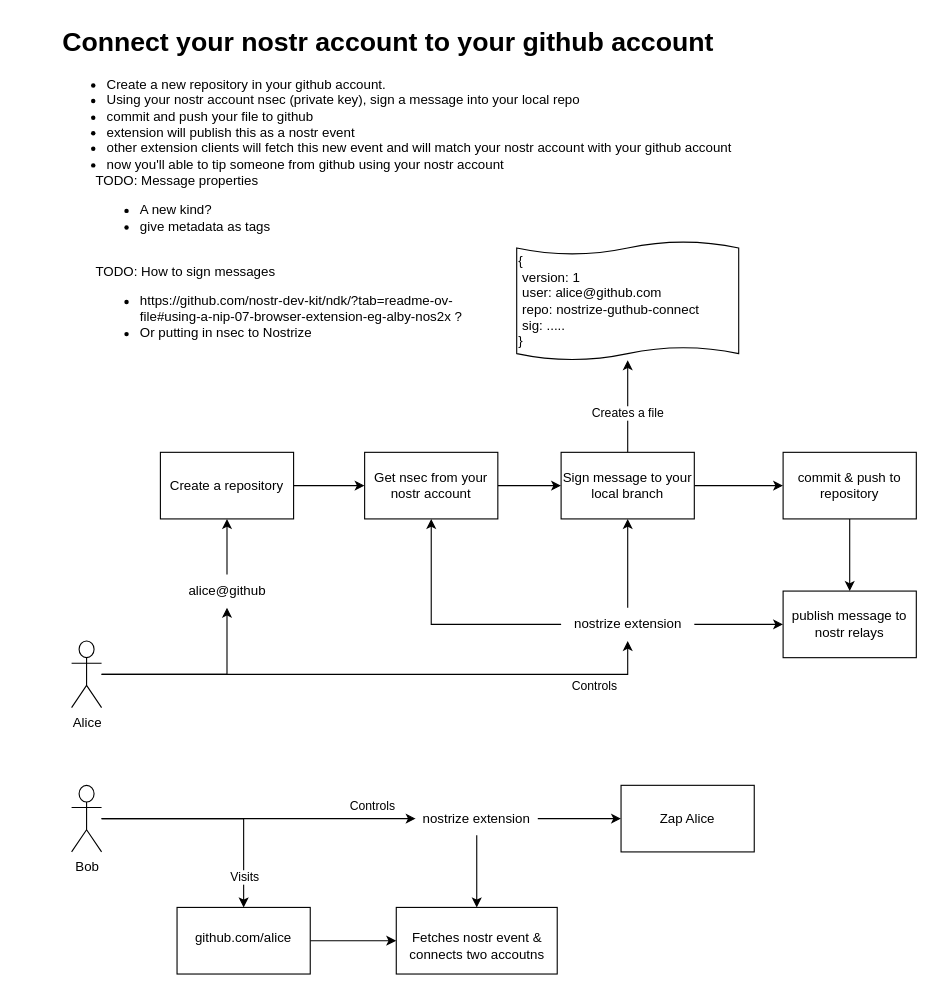
Above: page "Nostr Github Connection" (2 of 2) of Nostrize Architecture.drawio in nostrize/extension (draw.io), before the change. Source tidied: cells renumbered, new cells numbered last; positions are measured from the earlier drawing's top-left corner, leaving out a move shared by most shapes. Both pictures are drawn from the tidied source at 111%, with x=0, y=0 at pixel (60, 19).
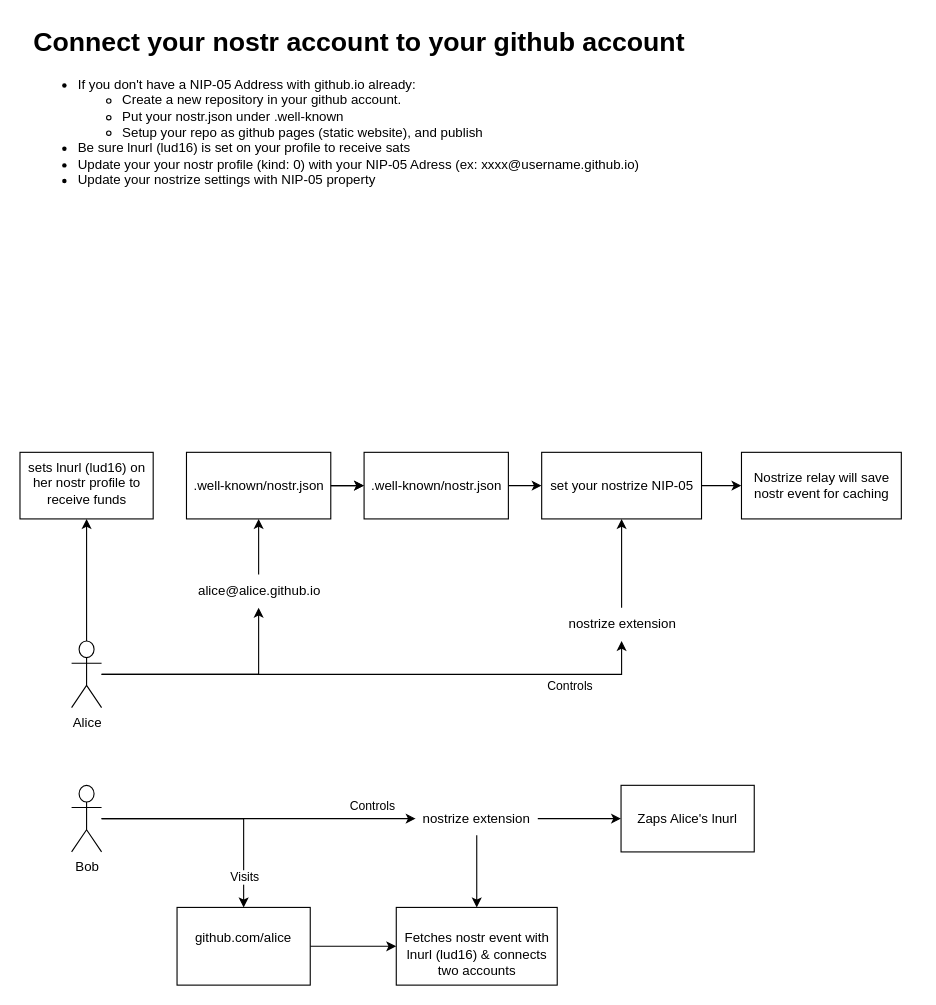
The same diagram, later.

Unchanged cells that the change refers to:
```xml
<mxCell id="16" style="edgeStyle=orthogonalEdgeStyle;rounded=0;jettySize=auto;html=1;" parent="1" edge="1" source="19" target="4">
  <mxGeometry relative="1" as="geometry" />
</mxCell>
<mxCell id="19" value="Alice" style="shape=umlActor;verticalLabelPosition=bottom;verticalAlign=top;html=1;outlineConnect=0;" parent="1" vertex="1">
  <mxGeometry x="10" y="560" width="27" height="60" as="geometry" />
</mxCell>
```

The edit, as a diff of the source:
```diff
@@
-    <mxCell id="2" value="&lt;h1 style=&quot;margin-top: 0px;&quot;&gt;Connect your nostr account to your github account&lt;/h1&gt;&lt;p&gt;&lt;/p&gt;&lt;ul&gt;&lt;li&gt;Create a new repository in your github account.&lt;/li&gt;&lt;li&gt;Using your nostr account nsec (private key), sign a message into your local repo&lt;/li&gt;&lt;li&gt;commit and push your file to github&lt;/li&gt;&lt;li&gt;extension will publish this as a nostr event&lt;/li&gt;&lt;li&gt;other extension clients will fetch this new event and will match your nostr account with your github account&lt;/li&gt;&lt;li&gt;now you'll able to tip someone from github using your nostr account&lt;/li&gt;&lt;/ul&gt;&lt;p&gt;&lt;/p&gt;" style="text;html=1;whiteSpace=wrap;overflow=hidden;rounded=0;" parent="1" vertex="1">
-      <mxGeometry width="710" height="150" as="geometry" />
+    <mxCell id="2" value="&lt;h1 style=&quot;margin-top: 0px;&quot;&gt;Connect your nostr account to your github account&lt;/h1&gt;&lt;p&gt;&lt;/p&gt;&lt;ul&gt;&lt;li&gt;If you don't have a NIP-05 Address with github.io already:&lt;/li&gt;&lt;ul&gt;&lt;li&gt;Create a new repository in your github account.&lt;/li&gt;&lt;li&gt;Put your nostr.json under .well-known&lt;/li&gt;&lt;li&gt;Setup your repo as github pages (static website), and publish&lt;/li&gt;&lt;/ul&gt;&lt;li&gt;&lt;span style=&quot;background-color: initial;&quot;&gt;Be sure lnurl (lud16) is set on your profile to receive sats&amp;nbsp;&lt;/span&gt;&lt;br&gt;&lt;/li&gt;&lt;li&gt;&lt;span style=&quot;background-color: initial;&quot;&gt;Update your your nostr profile (kind: 0) with your NIP-05 Adress (ex: xxxx@username.github.io)&lt;/span&gt;&lt;br&gt;&lt;/li&gt;&lt;li&gt;Update your nostrize settings with NIP-05 property&lt;/li&gt;&lt;/ul&gt;&lt;p&gt;&lt;/p&gt;" style="text;html=1;whiteSpace=wrap;overflow=hidden;rounded=0;" parent="1" vertex="1">
+      <mxGeometry x="-26.5" width="710" height="160" as="geometry" />
     </mxCell>
@@
-    <mxCell id="4" value="alice@github" style="text;html=1;align=center;verticalAlign=middle;points=[];strokeColor=none;fillColor=none;" parent="1" vertex="1">
-      <mxGeometry x="105" y="500" width="90" height="30" as="geometry" />
+    <mxCell id="4" value="alice@alice.github.io" style="text;html=1;align=center;verticalAlign=middle;points=[];strokeColor=none;fillColor=none;" parent="1" vertex="1">
+      <mxGeometry x="113.5" y="500" width="130" height="30" as="geometry" />
     </mxCell>
-    <mxCell id="5" style="edgeStyle=orthogonalEdgeStyle;rounded=0;jettySize=auto;html=1;" parent="1" edge="1" source="6" target="8">
+    <mxCell id="5" style="edgeStyle=orthogonalEdgeStyle;rounded=0;jettySize=auto;html=1;" parent="1" edge="1" source="44" target="8">
       <mxGeometry relative="1" as="geometry" />
     </mxCell>
+    <mxCell id="38" style="edgeStyle=orthogonalEdgeStyle;rounded=0;jettySize=auto;html=1;" parent="1" edge="1" source="6" target="44">
+      <mxGeometry relative="1" as="geometry" />
+    </mxCell>
-    <mxCell id="6" value="Create a repository" style="whiteSpace=wrap;html=1;" parent="1" vertex="1">
-      <mxGeometry x="90" y="390" width="120" height="60" as="geometry" />
+    <mxCell id="6" value=".well-known/nostr.json" style="whiteSpace=wrap;html=1;" parent="1" vertex="1">
+      <mxGeometry x="113.5" y="390" width="130" height="60" as="geometry" />
     </mxCell>
-    <mxCell id="7" style="edgeStyle=orthogonalEdgeStyle;rounded=0;jettySize=auto;html=1;" parent="1" edge="1" source="8" target="12">
-      <mxGeometry relative="1" as="geometry" />
-    </mxCell>
+    <mxCell id="39" style="edgeStyle=orthogonalEdgeStyle;rounded=0;jettySize=auto;html=1;" parent="1" edge="1" source="8" target="41">
+      <mxGeometry relative="1" as="geometry" />
+    </mxCell>
-    <mxCell id="8" value="Get nsec from your nostr account" style="whiteSpace=wrap;html=1;" parent="1" vertex="1">
-      <mxGeometry x="274" y="390" width="120" height="60" as="geometry" />
+    <mxCell id="8" value="set your nostrize NIP-05" style="whiteSpace=wrap;html=1;" parent="1" vertex="1">
+      <mxGeometry x="433.5" y="390" width="144" height="60" as="geometry" />
     </mxCell>
-    <mxCell id="9" style="edgeStyle=orthogonalEdgeStyle;rounded=0;jettySize=auto;html=1;" parent="1" edge="1" source="12" target="14">
-      <mxGeometry relative="1" as="geometry" />
-    </mxCell>
-    <mxCell id="10" style="edgeStyle=orthogonalEdgeStyle;rounded=0;jettySize=auto;html=1;" parent="1" edge="1" source="12" target="15">
-      <mxGeometry relative="1" as="geometry" />
-    </mxCell>
-    <mxCell id="11" value="Creates a file" style="edgeLabel;html=1;align=center;verticalAlign=middle;" parent="10" vertex="1">
-      <mxGeometry x="-0.14" y="1" relative="1" as="geometry" />
-    </mxCell>
-    <mxCell id="12" value="Sign message to your local branch" style="whiteSpace=wrap;html=1;" parent="1" vertex="1">
-      <mxGeometry x="451" y="390" width="120" height="60" as="geometry" />
-    </mxCell>
-    <mxCell id="13" style="edgeStyle=orthogonalEdgeStyle;rounded=0;jettySize=auto;html=1;" parent="1" edge="1" source="14" target="24">
-      <mxGeometry relative="1" as="geometry" />
-    </mxCell>
-    <mxCell id="14" value="commit &amp;amp; push to repository" style="whiteSpace=wrap;html=1;" parent="1" vertex="1">
-      <mxGeometry x="651" y="390" width="120" height="60" as="geometry" />
-    </mxCell>
-    <mxCell id="15" value="{&lt;div&gt;&amp;nbsp;version: 1&lt;br&gt;&amp;nbsp;user: alice@github.com&lt;div&gt;&amp;nbsp;repo: nostrize-guthub-connect&lt;/div&gt;&lt;div&gt;&amp;nbsp;sig: .....&amp;nbsp;&lt;br&gt;}&lt;/div&gt;&lt;/div&gt;" style="shape=tape;whiteSpace=wrap;html=1;size=0.11023622047244094;align=left;" parent="1" vertex="1">
-      <mxGeometry x="411" y="200" width="200" height="107" as="geometry" />
-    </mxCell>
@@
     <mxCell id="17" value="Controls" style="edgeLabel;html=1;align=center;verticalAlign=middle;" parent="16" vertex="1">
       <mxGeometry x="-0.39" y="2" relative="1" as="geometry">
-        <mxPoint x="390" y="12" as="offset" />
+        <mxPoint x="360" y="12" as="offset" />
       </mxGeometry>
     </mxCell>
     <mxCell id="18" style="edgeStyle=orthogonalEdgeStyle;rounded=0;jettySize=auto;html=1;" parent="1" edge="1" source="19" target="23">
       <mxGeometry relative="1" as="geometry">
         <Array as="points">
-          <mxPoint x="511" y="590" />
+          <mxPoint x="505.5" y="590" />
         </Array>
       </mxGeometry>
     </mxCell>
+    <mxCell id="40" style="edgeStyle=orthogonalEdgeStyle;rounded=0;jettySize=auto;html=1;" parent="1" edge="1" source="19" target="42">
+      <mxGeometry relative="1" as="geometry" />
+    </mxCell>
@@
-    <mxCell id="20" style="edgeStyle=orthogonalEdgeStyle;rounded=0;jettySize=auto;html=1;" parent="1" edge="1" source="23" target="12">
-      <mxGeometry relative="1" as="geometry" />
-    </mxCell>
-    <mxCell id="21" style="edgeStyle=orthogonalEdgeStyle;rounded=0;jettySize=auto;html=1;" parent="1" edge="1" source="23" target="24">
-      <mxGeometry relative="1" as="geometry" />
-    </mxCell>
@@
     <mxCell id="23" value="nostrize extension" style="text;html=1;align=center;verticalAlign=middle;points=[];strokeColor=none;fillColor=none;" parent="1" vertex="1">
-      <mxGeometry x="451" y="530" width="120" height="30" as="geometry" />
+      <mxGeometry x="445.5" y="530" width="120" height="30" as="geometry" />
     </mxCell>
-    <mxCell id="24" value="publish message to nostr relays" style="whiteSpace=wrap;html=1;" parent="1" vertex="1">
-      <mxGeometry x="651" y="515" width="120" height="60" as="geometry" />
-    </mxCell>
@@
     <mxCell id="31" value="&lt;div&gt;&lt;br&gt;&lt;/div&gt;&lt;div&gt;github.com/alice&lt;br&gt;&lt;/div&gt;" style="whiteSpace=wrap;html=1;verticalAlign=top;" parent="1" vertex="1">
-      <mxGeometry x="105" y="800" width="120" height="60" as="geometry" />
+      <mxGeometry x="105" y="800" width="120" height="70" as="geometry" />
     </mxCell>
@@
-    <mxCell id="35" value="&lt;div&gt;&lt;br&gt;&lt;/div&gt;Fetches nostr event &amp;amp; connects two accoutns" style="whiteSpace=wrap;html=1;verticalAlign=top;" parent="1" vertex="1">
-      <mxGeometry x="302.5" y="800" width="145" height="60" as="geometry" />
+    <mxCell id="35" value="&lt;div&gt;&lt;br&gt;&lt;/div&gt;Fetches nostr event with lnurl (lud16) &amp;amp; connects two accounts" style="whiteSpace=wrap;html=1;verticalAlign=top;" parent="1" vertex="1">
+      <mxGeometry x="302.5" y="800" width="145" height="70" as="geometry" />
     </mxCell>
-    <mxCell id="36" value="Zap Alice" style="whiteSpace=wrap;html=1;" parent="1" vertex="1">
+    <mxCell id="36" value="Zaps Alice's lnurl" style="whiteSpace=wrap;html=1;" parent="1" vertex="1">
       <mxGeometry x="505" y="690" width="120" height="60" as="geometry" />
     </mxCell>
-    <mxCell id="37" value="TODO:&amp;nbsp;&lt;span style=&quot;background-color: initial;&quot;&gt;Message properties&lt;/span&gt;&lt;div&gt;&lt;ul&gt;&lt;li&gt;A new kind?&lt;/li&gt;&lt;li&gt;give metadata as tags&lt;/li&gt;&lt;/ul&gt;&lt;br style=&quot;background-color: initial;&quot;&gt;&lt;span style=&quot;background-color: initial;&quot;&gt;TODO: How to sign messages&lt;/span&gt;&lt;div style=&quot;background-color: initial;&quot;&gt;&lt;ul&gt;&lt;li&gt;&lt;span style=&quot;background-color: initial;&quot;&gt;https://github.com/nostr-dev-kit/ndk/?tab=readme-ov-file#using-a-nip-07-browser-extension-eg-alby-nos2x&amp;nbsp;?&lt;/span&gt;&lt;/li&gt;&lt;li&gt;&lt;span style=&quot;background-color: initial;&quot;&gt;Or putting in nsec to Nostrize&lt;/span&gt;&lt;/li&gt;&lt;/ul&gt;&lt;/div&gt;&lt;/div&gt;" style="text;html=1;align=left;verticalAlign=middle;whiteSpace=wrap;rounded=0;" parent="1" vertex="1">
-      <mxGeometry x="30" y="200" width="360" height="40" as="geometry" />
-    </mxCell>
+    <mxCell id="41" value="Nostrize relay will save nostr event for caching" style="whiteSpace=wrap;html=1;" parent="1" vertex="1">
+      <mxGeometry x="613.5" y="390" width="144" height="60" as="geometry" />
+    </mxCell>
+    <mxCell id="42" value="sets lnurl (lud16) on her nostr profile to receive funds" style="whiteSpace=wrap;html=1;verticalAlign=top;" parent="1" vertex="1">
+      <mxGeometry x="-36.5" y="390" width="120" height="60" as="geometry" />
+    </mxCell>
+    <mxCell id="43" style="edgeStyle=orthogonalEdgeStyle;rounded=0;jettySize=auto;html=1;" parent="1" edge="1" source="6" target="44">
+      <mxGeometry relative="1" as="geometry" />
+    </mxCell>
+    <mxCell id="44" value=".well-known/nostr.json" style="whiteSpace=wrap;html=1;" parent="1" vertex="1">
+      <mxGeometry x="273.5" y="390" width="130" height="60" as="geometry" />
+    </mxCell>
```
